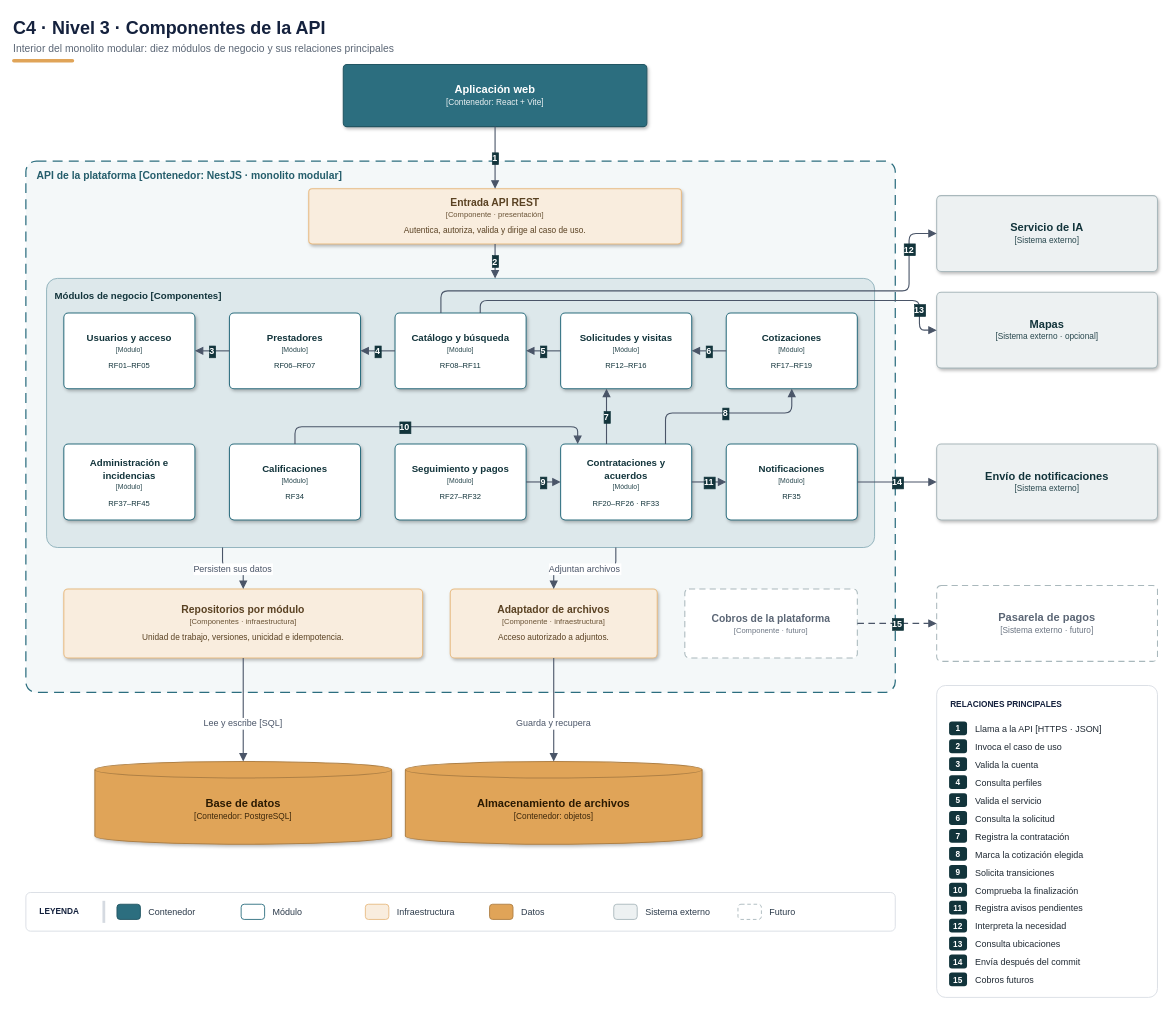
This is img/fuentes-svg/nivel3-componentes.drawio from Roki-7/plataforma-servicios-construccion-ayacucho, a draw.io file, before an edit. Source tidied: cells renumbered, new cells numbered last; positions are measured from the earlier drawing's top-left corner, leaving out a move shared by most shapes. Both pictures are drawn from the tidied source at 69%, with x=0, y=0 at pixel (12, 12).
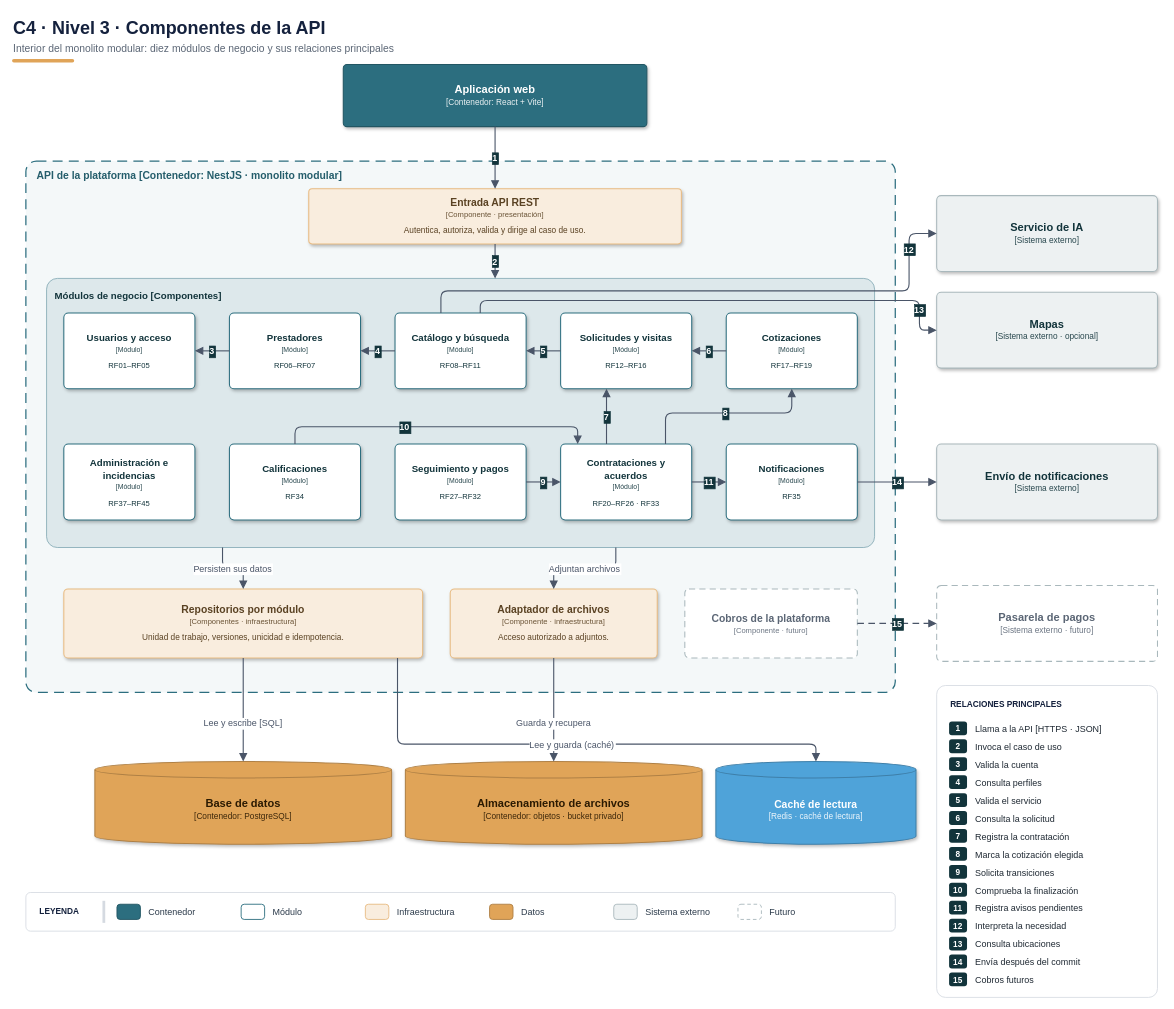
The same diagram, later.

The change refers to these unchanged cells:
```xml
<mxCell id="19" value="&lt;div style=&quot;color:#5A4223;line-height:1.3&quot;&gt;&lt;b style=&quot;font-size:15px&quot;&gt;Repositorios por módulo&lt;/b&gt;&lt;br&gt;&lt;span style=&quot;font-size:11px;opacity:0.9&quot;&gt;[Componentes · infraestructura]&lt;/span&gt;&lt;div style=&quot;font-size:12px;margin-top:8px&quot;&gt;Unidad de trabajo, versiones, unicidad e idempotencia.&lt;/div&gt;&lt;/div&gt;" style="rounded=1;arcSize=6;whiteSpace=wrap;html=1;fillColor=#F9EDDE;strokeColor=#E8BB82;fontFamily=Helvetica;align=center;verticalAlign=middle;spacing=10;strokeWidth=1.5;shadow=1;" parent="1" vertex="1">
  <mxGeometry x="75" y="836" width="520" height="100" as="geometry" />
</mxCell>
```

What changed in the source:
```diff
@@
-    <mxCell id="23" value="&lt;div style=&quot;color:#2B1A02;line-height:1.3&quot;&gt;&lt;b style=&quot;font-size:16px&quot;&gt;Almacenamiento de archivos&lt;/b&gt;&lt;br&gt;&lt;span style=&quot;font-size:12px;opacity:0.9&quot;&gt;[Contenedor: objetos]&lt;/span&gt;&lt;/div&gt;" style="shape=cylinder3;whiteSpace=wrap;html=1;boundedLbl=1;backgroundOutline=1;size=12;fillColor=#E0A458;strokeColor=#AF8045;fontFamily=Helvetica;strokeWidth=1.5;spacing=8;shadow=1;" parent="1" vertex="1">
+    <mxCell id="23" value="&lt;div style=&quot;color:#2B1A02;line-height:1.3&quot;&gt;&lt;b style=&quot;font-size:16px&quot;&gt;Almacenamiento de archivos&lt;/b&gt;&lt;br&gt;&lt;span style=&quot;font-size:12px;opacity:0.9&quot;&gt;[Contenedor: objetos · bucket privado]&lt;/span&gt;&lt;/div&gt;" style="shape=cylinder3;whiteSpace=wrap;html=1;boundedLbl=1;backgroundOutline=1;size=12;fillColor=#E0A458;strokeColor=#AF8045;fontFamily=Helvetica;strokeWidth=1.5;spacing=8;shadow=1;" parent="1" vertex="1">
       <mxGeometry x="570" y="1086" width="430" height="120" as="geometry" />
     </mxCell>
@@
+    <mxCell id="94" value="&lt;div style=&quot;color:#FFFFFF;line-height:1.3&quot;&gt;&lt;b style=&quot;font-size:15px&quot;&gt;Caché de lectura&lt;/b&gt;&lt;br&gt;&lt;span style=&quot;font-size:12px;opacity:0.9&quot;&gt;[Redis · caché de lectura]&lt;/span&gt;&lt;/div&gt;" style="shape=cylinder3;whiteSpace=wrap;html=1;boundedLbl=1;backgroundOutline=1;size=12;fillColor=#4FA3D9;strokeColor=#3E7FA9;fontFamily=Helvetica;strokeWidth=1.5;spacing=8;shadow=1;" parent="1" vertex="1">
+      <mxGeometry x="1020" y="1086" width="290" height="120" as="geometry" />
+    </mxCell>
+    <mxCell id="95" value="Lee y guarda (caché)" style="edgeStyle=orthogonalEdgeStyle;rounded=1;html=0;strokeColor=#4A5568;strokeWidth=1.6;fontFamily=Helvetica;fontSize=13;fontColor=#4A5568;labelBackgroundColor=#FFFFFF;endArrow=block;endFill=1;endSize=8;exitX=0.93;exitY=1;exitDx=0;exitDy=0;entryX=0.5;entryY=0;entryDx=0;entryDy=0;" parent="1" edge="1" source="19" target="94">
+      <mxGeometry relative="1" as="geometry">
+        <Array as="points">
+          <mxPoint x="559" y="1061" />
+          <mxPoint x="1165" y="1061" />
+        </Array>
+      </mxGeometry>
+    </mxCell>
```
